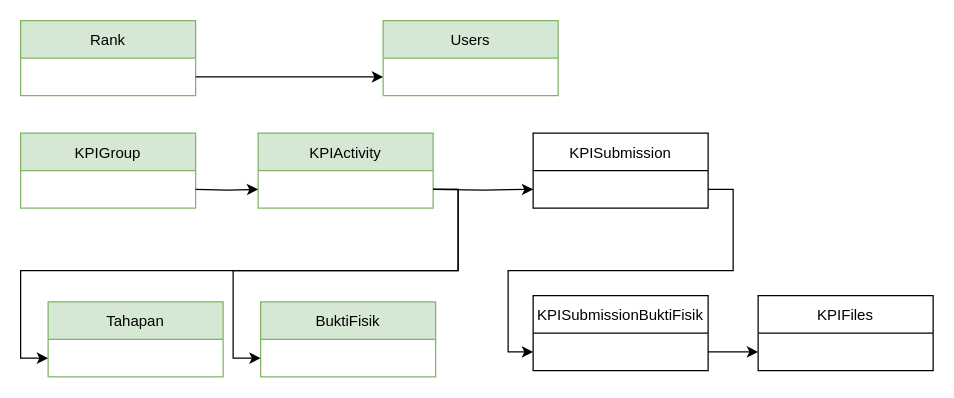
Before: page "PDMScrapped" (2 of 5) of Diagrams.drawio in FaisZ/KPISystem, a draw.io diagram. Source tidied: cells renumbered, new cells numbered last; positions are measured from the earlier drawing's top-left corner, leaving out a move shared by most shapes. Both pictures are drawn from the tidied source at 125%, with x=0, y=0 at pixel (20, 20).
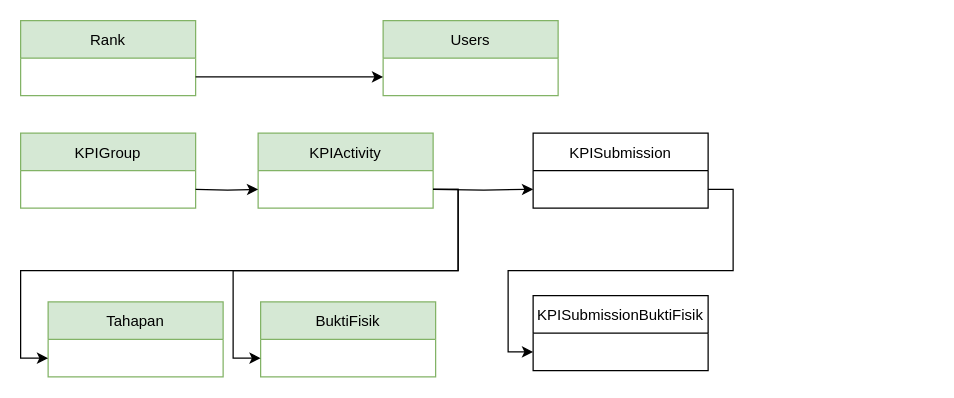
Above is the later version.

The change refers to these unchanged cells:
```xml
<mxCell id="20" value=" " style="text;strokeColor=none;fillColor=none;align=left;verticalAlign=middle;spacingLeft=4;spacingRight=4;overflow=hidden;points=[[0,0.5],[1,0.5]];portConstraint=eastwest;" parent="19" vertex="1">
  <mxGeometry y="30" width="140" height="30" as="geometry" />
</mxCell>
```

The edit, as a diff of the source:
```diff
@@
-    <mxCell id="8" value="KPIFiles" style="swimlane;fontStyle=0;horizontal=1;startSize=30;" parent="1" vertex="1">
-      <mxGeometry x="590" y="220" width="140" height="60" as="geometry" />
-    </mxCell>
-    <mxCell id="9" value=" " style="text;strokeColor=none;fillColor=none;align=left;verticalAlign=middle;spacingLeft=4;spacingRight=4;overflow=hidden;points=[[0,0.5],[1,0.5]];portConstraint=eastwest;fontStyle=5;" parent="8" vertex="1">
-      <mxGeometry y="30" width="140" height="30" as="geometry" />
-    </mxCell>
@@
-    <mxCell id="21" style="edgeStyle=orthogonalEdgeStyle;rounded=0;jettySize=auto;html=1;exitX=1;exitY=0.5;exitDx=0;exitDy=0;entryX=0;entryY=0.5;entryDx=0;entryDy=0;" parent="1" edge="1" source="20" target="9">
-      <mxGeometry relative="1" as="geometry" />
-    </mxCell>
```
